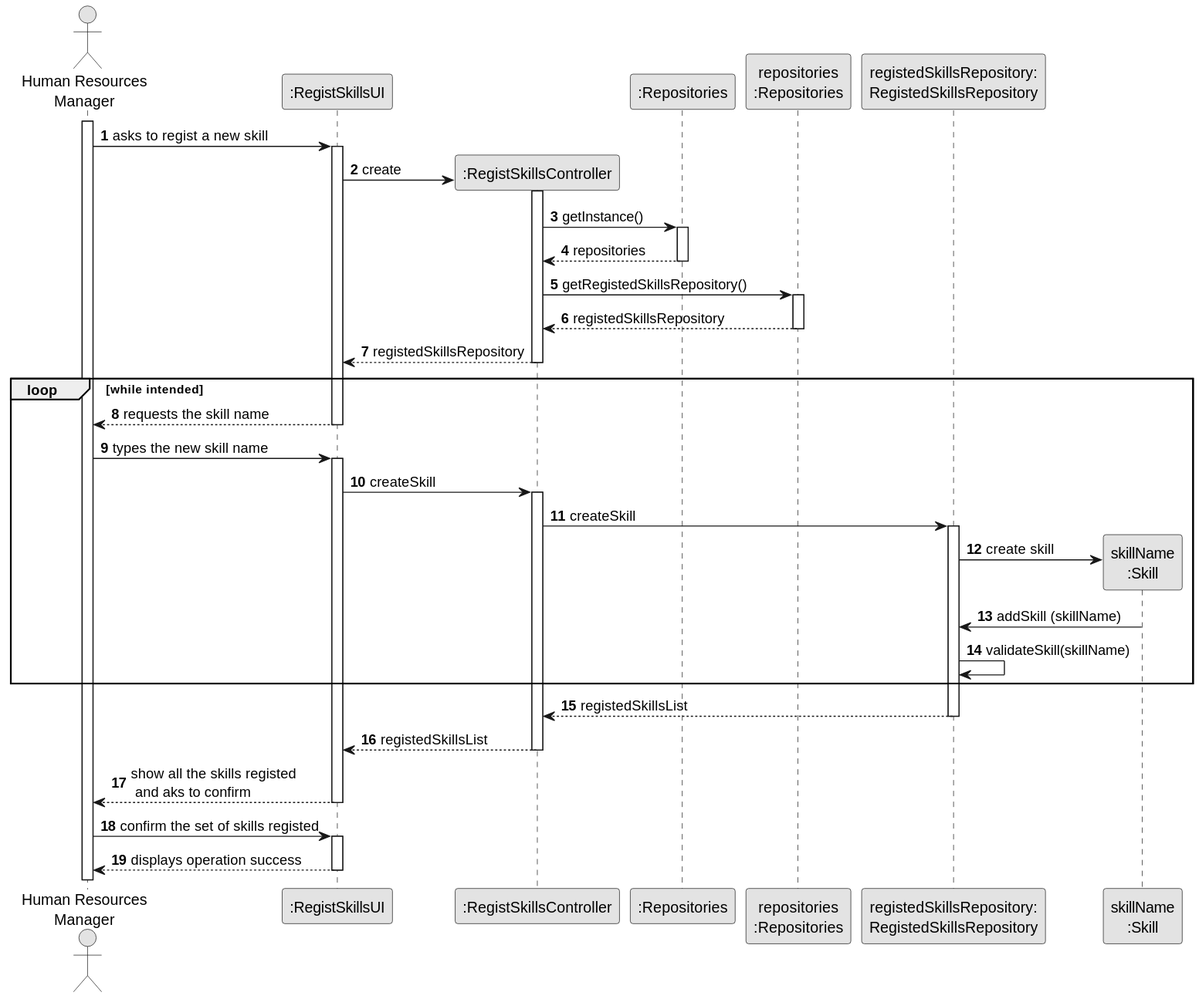
Before: docs/sprint2/us001/03.design/svg/us001-sequence-diagram-full.svg, a diagram exported from PlantUML (1231360-ISEP/lei-24-s2-1db-g021).
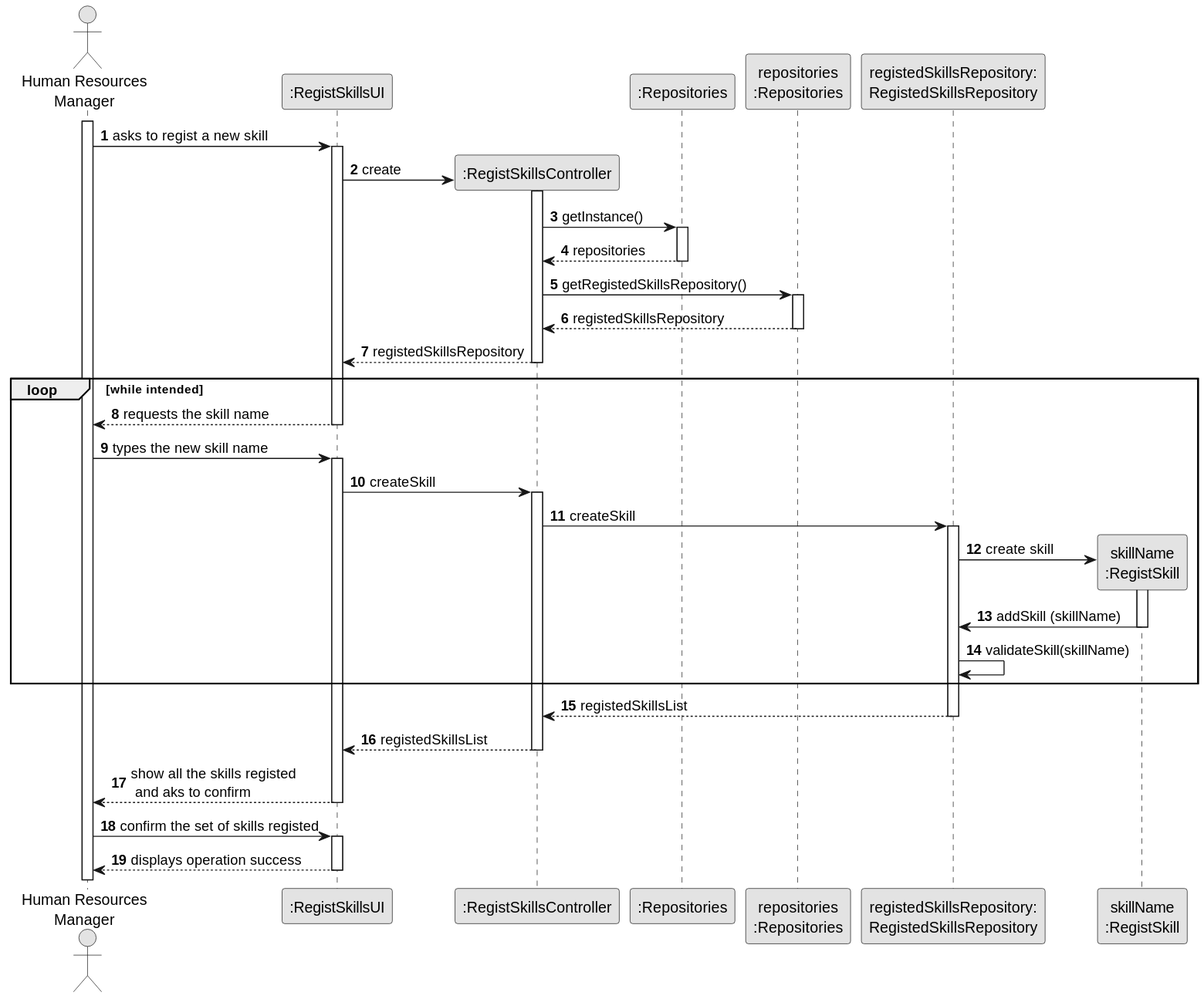
After the commit.

Commit message:
Update US01 - Sequence Diagrams, Class Diagram and SVG´s

What changed in the source:
```diff
@@ -9,7 +9,7 @@
 participant ":Repositories" as RepositorySingleton
 participant "repositories\n:Repositories" as PLAT
 participant "registedSkillsRepository:\nRegistedSkillsRepository" as RegistedSkillsRepository
-participant "skillName\n:Skill" as TAREFA
+participant "skillName\n:RegistSkill" as TAREFA
 
 autonumber 1
 
@@ -46,27 +46,29 @@
             UI -> CTRL: createSkill
         activate CTRL
 
+            CTRL -> RegistedSkillsRepository : createSkill
+        activate RegistedSkillsRepository
 
-            CTRL -> RegistedSkillsRepository : createSkill
+            RegistedSkillsRepository -> TAREFA**: create skill
 
-            activate RegistedSkillsRepository
+        activate TAREFA
 
-                RegistedSkillsRepository -> TAREFA**: create skill
-                TAREFA -> RegistedSkillsRepository: addSkill (skillName)
-
-                    RegistedSkillsRepository -> RegistedSkillsRepository: validateSkill(skillName)
+        TAREFA -> RegistedSkillsRepository: addSkill (skillName)
+        deactivate TAREFA
+            RegistedSkillsRepository -> RegistedSkillsRepository: validateSkill(skillName)
 
     end
-                RegistedSkillsRepository --> CTRL : registedSkillsList
-            deactivate RegistedSkillsRepository
 
-            CTRL --> UI : registedSkillsList
-        deactivate CTRL
+    RegistedSkillsRepository --> CTRL : registedSkillsList
+    deactivate RegistedSkillsRepository
 
-        UI --> HRM : show all the skills registed\n and aks to confirm
+    CTRL --> UI : registedSkillsList
+    deactivate CTRL
 
-            deactivate CTRL
-        deactivate UI
+    UI --> HRM : show all the skills registed\n and aks to confirm
+
+    deactivate CTRL
+    deactivate UI
 
     HRM -> UI : confirm the set of skills registed
     activate UI
```
